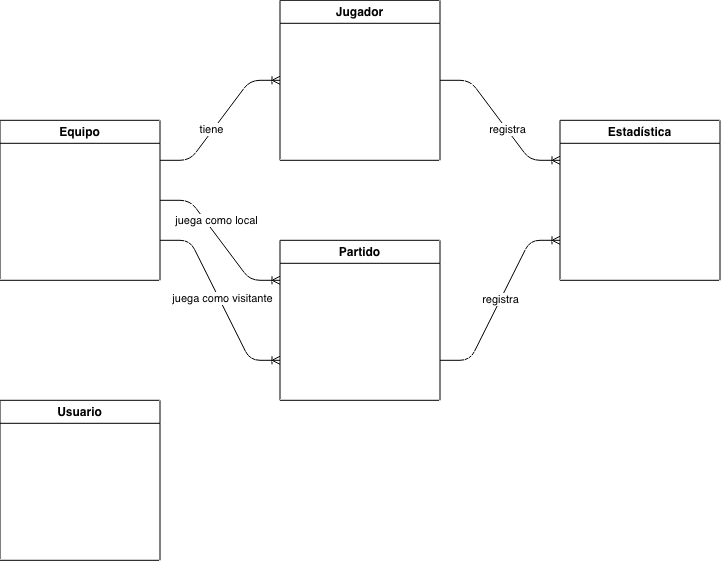
202312505e-sys/liga-basquetball keeps this draw.io diagram as doc/diagramas/02_modelo_conceptual.drawio.png. Above is the earlier version. Source tidied: cells renumbered, new cells last; positions are measured from the earlier drawing's top-left corner, leaving out a move shared by most shapes. Source of this version:
```xml
<mxGraphModel>
  <root>
    <mxCell id="0" />
    <mxCell id="1" parent="0" />
    <mxCell id="2" value="Usuario" style="swimlane;" parent="1" vertex="1">
      <mxGeometry y="400" width="160" height="160" as="geometry" />
    </mxCell>
    <mxCell id="3" value="Estadística" style="swimlane;" parent="1" vertex="1">
      <mxGeometry x="560" y="120" width="160" height="160" as="geometry" />
    </mxCell>
    <mxCell id="4" value="Jugador" style="swimlane;" parent="1" vertex="1">
      <mxGeometry x="280" width="160" height="160" as="geometry" />
    </mxCell>
    <mxCell id="5" value="Partido" style="swimlane;" parent="1" vertex="1">
      <mxGeometry x="280" y="240" width="160" height="160" as="geometry" />
    </mxCell>
    <mxCell id="6" value="Equipo" style="swimlane;" parent="1" vertex="1">
      <mxGeometry y="120" width="160" height="160" as="geometry" />
    </mxCell>
    <mxCell id="7" style="edgeStyle=entityRelationEdgeStyle;fontSize=12;html=1;endArrow=ERoneToMany;exitX=1;exitY=0.5;exitDx=0;exitDy=0;entryX=0;entryY=0.25;entryDx=0;entryDy=0;" parent="1" edge="1" source="6" target="5">
      <mxGeometry relative="1" as="geometry" />
    </mxCell>
    <mxCell id="8" value="juega como local" style="edgeLabel;html=1;align=center;verticalAlign=middle;" parent="7" vertex="1">
      <mxGeometry x="-0.08" relative="1" as="geometry">
        <mxPoint y="-15" as="offset" />
      </mxGeometry>
    </mxCell>
    <mxCell id="9" style="edgeStyle=entityRelationEdgeStyle;fontSize=12;html=1;endArrow=ERoneToMany;exitX=1;exitY=0.25;exitDx=0;exitDy=0;entryX=0;entryY=0.5;entryDx=0;entryDy=0;" parent="1" edge="1" source="6" target="4">
      <mxGeometry relative="1" as="geometry" />
    </mxCell>
    <mxCell id="10" value="tiene" style="edgeLabel;html=1;align=center;verticalAlign=middle;" parent="9" vertex="1">
      <mxGeometry x="-0.16" y="2" relative="1" as="geometry" />
    </mxCell>
    <mxCell id="11" style="edgeStyle=entityRelationEdgeStyle;fontSize=12;html=1;endArrow=ERoneToMany;exitX=1;exitY=0.75;exitDx=0;exitDy=0;entryX=0;entryY=0.75;entryDx=0;entryDy=0;" parent="1" edge="1" source="6" target="5">
      <mxGeometry relative="1" as="geometry" />
    </mxCell>
    <mxCell id="12" value="juega como visitante" style="edgeLabel;html=1;align=center;verticalAlign=middle;" parent="11" vertex="1">
      <mxGeometry x="-0.01" y="3" relative="1" as="geometry" />
    </mxCell>
    <mxCell id="13" style="edgeStyle=entityRelationEdgeStyle;fontSize=12;html=1;endArrow=ERoneToMany;exitX=1;exitY=0.5;exitDx=0;exitDy=0;entryX=0;entryY=0.25;entryDx=0;entryDy=0;" parent="1" edge="1" source="4" target="3">
      <mxGeometry relative="1" as="geometry" />
    </mxCell>
    <mxCell id="14" value="registra" style="edgeLabel;html=1;align=center;verticalAlign=middle;" parent="13" vertex="1">
      <mxGeometry x="0.14" relative="1" as="geometry" />
    </mxCell>
    <mxCell id="15" style="edgeStyle=entityRelationEdgeStyle;fontSize=12;html=1;endArrow=ERoneToMany;exitX=1;exitY=0.75;exitDx=0;exitDy=0;entryX=0;entryY=0.75;entryDx=0;entryDy=0;" parent="1" edge="1" source="5" target="3">
      <mxGeometry relative="1" as="geometry" />
    </mxCell>
    <mxCell id="16" value="registra" style="edgeLabel;html=1;align=center;verticalAlign=middle;" parent="15" vertex="1">
      <mxGeometry x="0.01" relative="1" as="geometry" />
    </mxCell>
  </root>
</mxGraphModel>
```
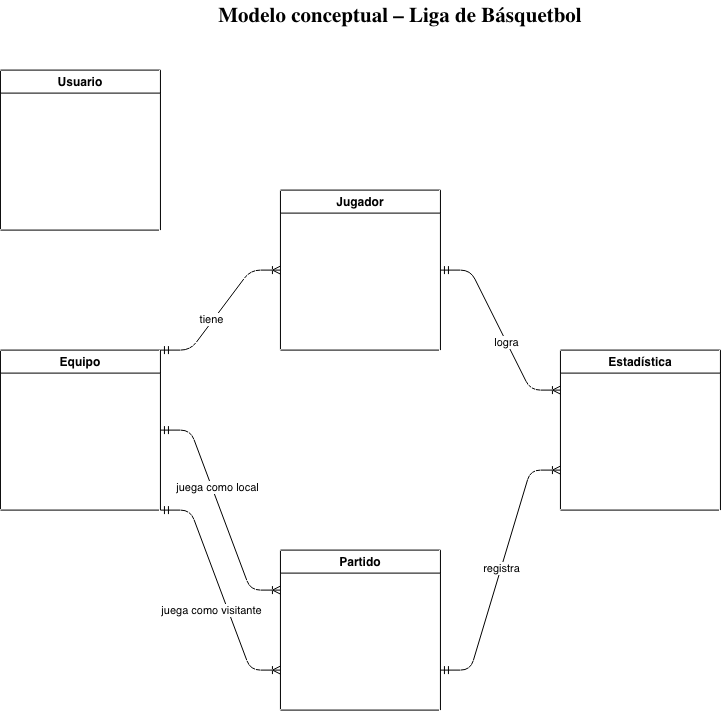
Above is the later version.

Commit message:
Agrega modelo conceptual de la base de datos

Diff of the diagram source:
```diff
@@ -3,21 +3,21 @@
     <mxCell id="0" />
     <mxCell id="1" parent="0" />
     <mxCell id="2" value="Usuario" style="swimlane;" parent="1" vertex="1">
-      <mxGeometry y="400" width="160" height="160" as="geometry" />
+      <mxGeometry y="40" width="160" height="160" as="geometry" />
     </mxCell>
     <mxCell id="3" value="Estadística" style="swimlane;" parent="1" vertex="1">
-      <mxGeometry x="560" y="120" width="160" height="160" as="geometry" />
+      <mxGeometry x="560" y="320" width="160" height="160" as="geometry" />
     </mxCell>
     <mxCell id="4" value="Jugador" style="swimlane;" parent="1" vertex="1">
-      <mxGeometry x="280" width="160" height="160" as="geometry" />
+      <mxGeometry x="280" y="160" width="160" height="160" as="geometry" />
     </mxCell>
     <mxCell id="5" value="Partido" style="swimlane;" parent="1" vertex="1">
-      <mxGeometry x="280" y="240" width="160" height="160" as="geometry" />
+      <mxGeometry x="280" y="520" width="160" height="160" as="geometry" />
     </mxCell>
     <mxCell id="6" value="Equipo" style="swimlane;" parent="1" vertex="1">
-      <mxGeometry y="120" width="160" height="160" as="geometry" />
+      <mxGeometry y="320" width="160" height="160" as="geometry" />
     </mxCell>
-    <mxCell id="7" style="edgeStyle=entityRelationEdgeStyle;fontSize=12;html=1;endArrow=ERoneToMany;exitX=1;exitY=0.5;exitDx=0;exitDy=0;entryX=0;entryY=0.25;entryDx=0;entryDy=0;" parent="1" edge="1" source="6" target="5">
+    <mxCell id="7" style="edgeStyle=entityRelationEdgeStyle;fontSize=12;html=1;endArrow=ERoneToMany;exitX=1;exitY=0.5;exitDx=0;exitDy=0;entryX=0;entryY=0.25;entryDx=0;entryDy=0;startArrow=ERmandOne;startFill=0;" parent="1" edge="1" source="6" target="5">
       <mxGeometry relative="1" as="geometry" />
     </mxCell>
     <mxCell id="8" value="juega como local" style="edgeLabel;html=1;align=center;verticalAlign=middle;" parent="7" vertex="1">
@@ -25,29 +25,34 @@
         <mxPoint y="-15" as="offset" />
       </mxGeometry>
     </mxCell>
-    <mxCell id="9" style="edgeStyle=entityRelationEdgeStyle;fontSize=12;html=1;endArrow=ERoneToMany;exitX=1;exitY=0.25;exitDx=0;exitDy=0;entryX=0;entryY=0.5;entryDx=0;entryDy=0;" parent="1" edge="1" source="6" target="4">
+    <mxCell id="9" style="edgeStyle=entityRelationEdgeStyle;fontSize=12;html=1;endArrow=ERoneToMany;exitX=1;exitY=0;exitDx=0;exitDy=0;entryX=0;entryY=0.5;entryDx=0;entryDy=0;startArrow=ERmandOne;startFill=0;" parent="1" edge="1" source="6" target="4">
       <mxGeometry relative="1" as="geometry" />
     </mxCell>
     <mxCell id="10" value="tiene" style="edgeLabel;html=1;align=center;verticalAlign=middle;" parent="9" vertex="1">
       <mxGeometry x="-0.16" y="2" relative="1" as="geometry" />
     </mxCell>
-    <mxCell id="11" style="edgeStyle=entityRelationEdgeStyle;fontSize=12;html=1;endArrow=ERoneToMany;exitX=1;exitY=0.75;exitDx=0;exitDy=0;entryX=0;entryY=0.75;entryDx=0;entryDy=0;" parent="1" edge="1" source="6" target="5">
+    <mxCell id="11" style="edgeStyle=entityRelationEdgeStyle;fontSize=12;html=1;endArrow=ERoneToMany;exitX=1;exitY=1;exitDx=0;exitDy=0;entryX=0;entryY=0.75;entryDx=0;entryDy=0;startArrow=ERmandOne;startFill=0;" parent="1" edge="1" source="6" target="5">
       <mxGeometry relative="1" as="geometry" />
     </mxCell>
     <mxCell id="12" value="juega como visitante" style="edgeLabel;html=1;align=center;verticalAlign=middle;" parent="11" vertex="1">
-      <mxGeometry x="-0.01" y="3" relative="1" as="geometry" />
+      <mxGeometry x="-0.01" y="3" relative="1" as="geometry">
+        <mxPoint x="-12" y="22" as="offset" />
+      </mxGeometry>
     </mxCell>
-    <mxCell id="13" style="edgeStyle=entityRelationEdgeStyle;fontSize=12;html=1;endArrow=ERoneToMany;exitX=1;exitY=0.5;exitDx=0;exitDy=0;entryX=0;entryY=0.25;entryDx=0;entryDy=0;" parent="1" edge="1" source="4" target="3">
+    <mxCell id="13" style="edgeStyle=entityRelationEdgeStyle;fontSize=12;html=1;endArrow=ERoneToMany;exitX=1;exitY=0.5;exitDx=0;exitDy=0;entryX=0;entryY=0.25;entryDx=0;entryDy=0;startArrow=ERmandOne;startFill=0;" parent="1" edge="1" source="4" target="3">
       <mxGeometry relative="1" as="geometry" />
     </mxCell>
-    <mxCell id="14" value="registra" style="edgeLabel;html=1;align=center;verticalAlign=middle;" parent="13" vertex="1">
+    <mxCell id="14" value="logra" style="edgeLabel;html=1;align=center;verticalAlign=middle;" parent="13" vertex="1">
       <mxGeometry x="0.14" relative="1" as="geometry" />
     </mxCell>
-    <mxCell id="15" style="edgeStyle=entityRelationEdgeStyle;fontSize=12;html=1;endArrow=ERoneToMany;exitX=1;exitY=0.75;exitDx=0;exitDy=0;entryX=0;entryY=0.75;entryDx=0;entryDy=0;" parent="1" edge="1" source="5" target="3">
+    <mxCell id="15" style="edgeStyle=entityRelationEdgeStyle;fontSize=12;html=1;endArrow=ERoneToMany;exitX=1;exitY=0.75;exitDx=0;exitDy=0;entryX=0;entryY=0.75;entryDx=0;entryDy=0;startArrow=ERmandOne;startFill=0;" parent="1" edge="1" source="5" target="3">
       <mxGeometry relative="1" as="geometry" />
     </mxCell>
     <mxCell id="16" value="registra" style="edgeLabel;html=1;align=center;verticalAlign=middle;" parent="15" vertex="1">
       <mxGeometry x="0.01" relative="1" as="geometry" />
     </mxCell>
+    <mxCell id="17" value="&lt;span style=&quot;caret-color: rgb(0, 0, 0); color: rgb(0, 0, 0); font-family: -webkit-standard; text-align: start;&quot;&gt;&lt;b style=&quot;&quot;&gt;&lt;font style=&quot;font-size: 21px;&quot;&gt;Modelo conceptual – Liga de Básquetbol&lt;/font&gt;&lt;/b&gt;&lt;/span&gt;" style="text;html=1;whiteSpace=wrap;strokeColor=none;fillColor=none;align=center;verticalAlign=middle;rounded=0;" parent="1" vertex="1">
+      <mxGeometry x="210" y="-30" width="380" height="30" as="geometry" />
+    </mxCell>
   </root>
 </mxGraphModel>
```
